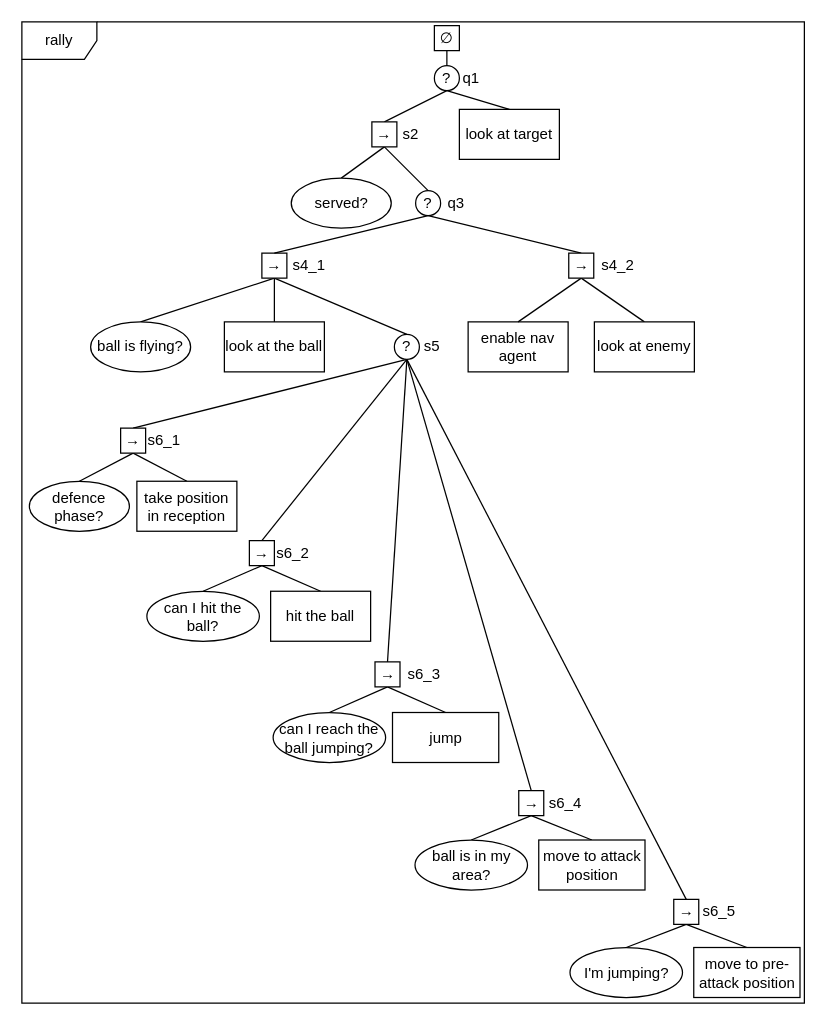
This is Project/Documentation/Diagrams/rally.drawio from mikymaione/Folie, a draw.io file, before an edit. Source tidied: cells renumbered, new cells numbered last; positions are measured from the earlier drawing's top-left corner, leaving out a move shared by most shapes. Both pictures are drawn from the tidied source at 125%, with x=0, y=0 at pixel (21, 21).
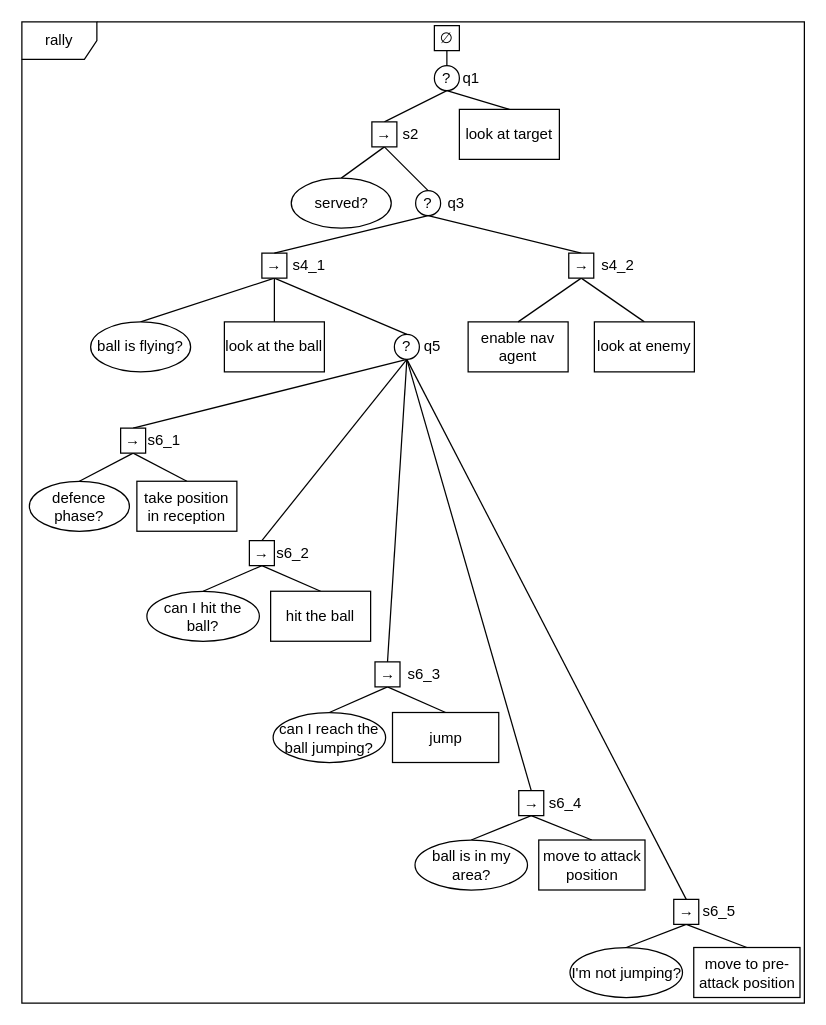
The same diagram, later.

What changed in the source:
```diff
@@
-    <mxCell id="22" value="s5" style="text;html=1;strokeColor=none;fillColor=none;align=left;verticalAlign=middle;whiteSpace=wrap;rounded=0;" parent="1" vertex="1">
+    <mxCell id="22" value="q5" style="text;html=1;strokeColor=none;fillColor=none;align=left;verticalAlign=middle;whiteSpace=wrap;rounded=0;" parent="1" vertex="1">
       <mxGeometry x="320" y="250" width="40" height="20" as="geometry" />
     </mxCell>
@@
-    <mxCell id="62" value="I'm jumping?" style="ellipse;whiteSpace=wrap;html=1;" parent="1" vertex="1">
+    <mxCell id="62" value="I'm not jumping?" style="ellipse;whiteSpace=wrap;html=1;" parent="1" vertex="1">
       <mxGeometry x="438.5" y="740.5" width="90" height="40" as="geometry" />
     </mxCell>
```
